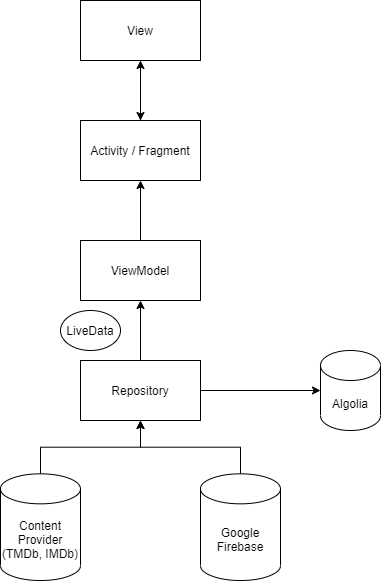
Earlier version of the draw.io export Preview/architecture.png (ntikhoa/ChillnMovie). Source tidied: cells renumbered, new cells last; positions are measured from the earlier drawing's top-left corner, leaving out a move shared by most shapes.
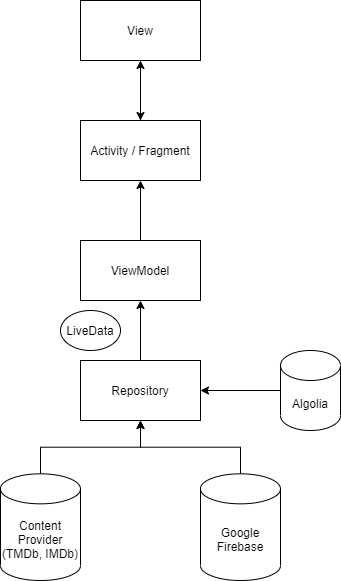
After the commit.

What changed in the source:
```diff
@@ -20,29 +20,29 @@
     <mxCell id="7" value="ViewModel" style="rounded=0;whiteSpace=wrap;html=1;" parent="1" vertex="1">
       <mxGeometry x="80" y="240" width="120" height="60" as="geometry" />
     </mxCell>
-    <mxCell id="8" style="edgeStyle=orthogonalEdgeStyle;rounded=0;jettySize=auto;html=1;exitX=0.5;exitY=0;exitDx=0;exitDy=0;entryX=0.5;entryY=1;entryDx=0;entryDy=0;" parent="1" edge="1" source="10" target="7">
+    <mxCell id="8" style="edgeStyle=orthogonalEdgeStyle;rounded=0;jettySize=auto;html=1;exitX=0.5;exitY=0;exitDx=0;exitDy=0;entryX=0.5;entryY=1;entryDx=0;entryDy=0;" parent="1" edge="1" source="9" target="7">
       <mxGeometry relative="1" as="geometry" />
     </mxCell>
-    <mxCell id="9" style="edgeStyle=orthogonalEdgeStyle;rounded=0;jettySize=auto;html=1;exitX=1;exitY=0.5;exitDx=0;exitDy=0;entryX=0;entryY=0.5;entryDx=0;entryDy=0;entryPerimeter=0;" parent="1" edge="1" source="10" target="15">
-      <mxGeometry relative="1" as="geometry" />
+    <mxCell id="9" value="Repository" style="rounded=0;whiteSpace=wrap;html=1;" parent="1" vertex="1">
+      <mxGeometry x="80" y="360" width="120" height="60" as="geometry" />
     </mxCell>
-    <mxCell id="10" value="Repository" style="rounded=0;whiteSpace=wrap;html=1;" parent="1" vertex="1">
-      <mxGeometry x="80" y="360" width="120" height="60" as="geometry" />
+    <mxCell id="10" style="edgeStyle=orthogonalEdgeStyle;rounded=0;jettySize=auto;html=1;exitX=0.5;exitY=0;exitDx=0;exitDy=0;exitPerimeter=0;entryX=0.5;entryY=1;entryDx=0;entryDy=0;" parent="1" edge="1" source="11" target="9">
+      <mxGeometry relative="1" as="geometry" />
     </mxCell>
-    <mxCell id="11" style="edgeStyle=orthogonalEdgeStyle;rounded=0;jettySize=auto;html=1;exitX=0.5;exitY=0;exitDx=0;exitDy=0;exitPerimeter=0;entryX=0.5;entryY=1;entryDx=0;entryDy=0;" parent="1" edge="1" source="12" target="10">
-      <mxGeometry relative="1" as="geometry" />
+    <mxCell id="11" value="Content Provider (TMDb, IMDb)" style="shape=cylinder3;whiteSpace=wrap;html=1;boundedLbl=1;backgroundOutline=1;size=15;" parent="1" vertex="1">
+      <mxGeometry y="473.3" width="80" height="106.7" as="geometry" />
     </mxCell>
-    <mxCell id="12" value="Content Provider (TMDb, IMDb)" style="shape=cylinder3;whiteSpace=wrap;html=1;boundedLbl=1;backgroundOutline=1;size=15;" parent="1" vertex="1">
-      <mxGeometry y="473.3" width="80" height="106.7" as="geometry" />
+    <mxCell id="12" style="edgeStyle=orthogonalEdgeStyle;rounded=0;jettySize=auto;html=1;exitX=0.5;exitY=0;exitDx=0;exitDy=0;exitPerimeter=0;entryX=0.5;entryY=1;entryDx=0;entryDy=0;" parent="1" edge="1" source="13" target="9">
+      <mxGeometry relative="1" as="geometry" />
     </mxCell>
-    <mxCell id="13" style="edgeStyle=orthogonalEdgeStyle;rounded=0;jettySize=auto;html=1;exitX=0.5;exitY=0;exitDx=0;exitDy=0;exitPerimeter=0;entryX=0.5;entryY=1;entryDx=0;entryDy=0;" parent="1" edge="1" source="14" target="10">
-      <mxGeometry relative="1" as="geometry" />
+    <mxCell id="13" value="Google Firebase" style="shape=cylinder3;whiteSpace=wrap;html=1;boundedLbl=1;backgroundOutline=1;size=15;" parent="1" vertex="1">
+      <mxGeometry x="200" y="473.3" width="80" height="106.7" as="geometry" />
     </mxCell>
-    <mxCell id="14" value="Google Firebase" style="shape=cylinder3;whiteSpace=wrap;html=1;boundedLbl=1;backgroundOutline=1;size=15;" parent="1" vertex="1">
-      <mxGeometry x="200" y="473.3" width="80" height="106.7" as="geometry" />
+    <mxCell id="14" style="edgeStyle=orthogonalEdgeStyle;rounded=0;jettySize=auto;html=1;exitX=0;exitY=0.5;exitDx=0;exitDy=0;exitPerimeter=0;entryX=1;entryY=0.5;entryDx=0;entryDy=0;" parent="1" edge="1" source="15" target="9">
+      <mxGeometry relative="1" as="geometry" />
     </mxCell>
     <mxCell id="15" value="Algolia" style="shape=cylinder3;whiteSpace=wrap;html=1;boundedLbl=1;backgroundOutline=1;size=15;" parent="1" vertex="1">
-      <mxGeometry x="320" y="350" width="60" height="80" as="geometry" />
+      <mxGeometry x="280" y="350" width="60" height="80" as="geometry" />
     </mxCell>
     <mxCell id="16" value="LiveData" style="ellipse;whiteSpace=wrap;html=1;" parent="1" vertex="1">
       <mxGeometry x="60" y="310" width="60" height="40" as="geometry" />
```
